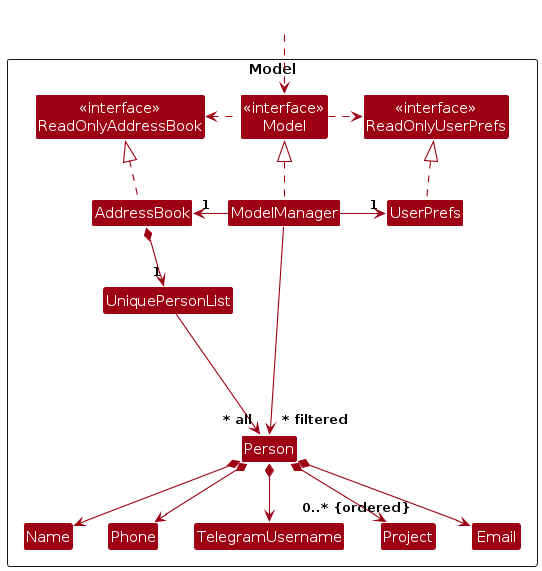
This is diagrams/ModelClassDiagram.png from AY2627S1-CS2103T-W14-2/tp, a PlantUML export, as it was before one commit. Its source is kept beside it as diagrams/ModelClassDiagram.puml.
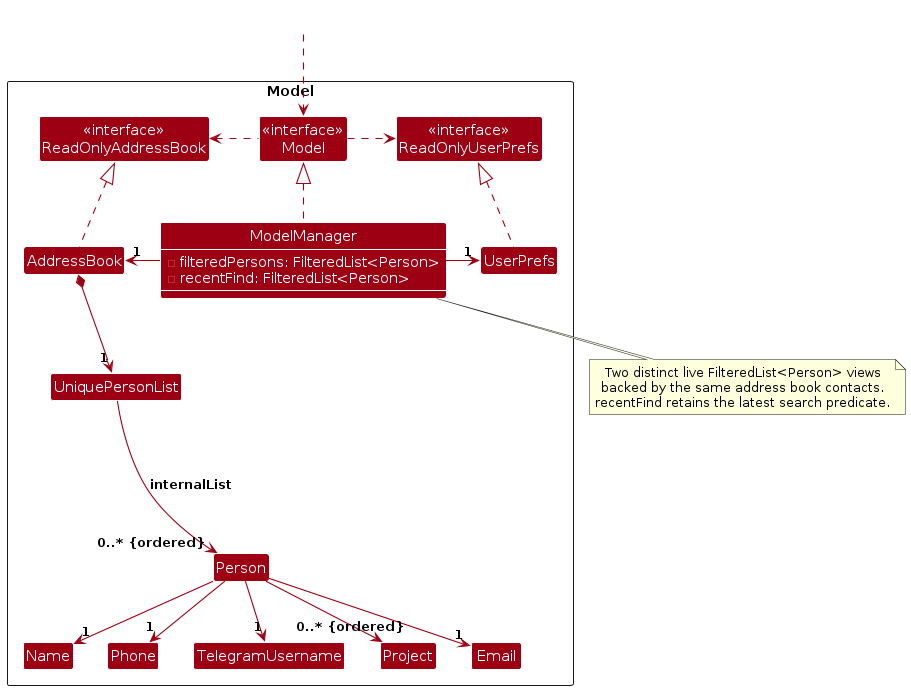
The same diagram one commit later.

Diff of the diagram source:
```diff
@@ -3,13 +3,17 @@
 skinparam arrowThickness 1.1
 skinparam arrowColor MODEL_COLOR
 skinparam classBackgroundColor MODEL_COLOR
+skinparam classAttributeFontColor #FFFFFF
 
 Package Model as ModelPackage <<Rectangle>>{
 Class "<<interface>>\nReadOnlyAddressBook" as ReadOnlyAddressBook
 Class "<<interface>>\nReadOnlyUserPrefs" as ReadOnlyUserPrefs
 Class "<<interface>>\nModel" as Model
 Class AddressBook
-Class ModelManager
+Class ModelManager {
+    -filteredPersons: FilteredList<Person>
+    -recentFind: FilteredList<Person>
+}
 Class UserPrefs
 
 Class UniquePersonList
@@ -36,12 +40,12 @@
 UserPrefs .up.|> ReadOnlyUserPrefs
 
 AddressBook *--> "1" UniquePersonList
-UniquePersonList --> "~* all" Person
-Person *--> Name
-Person *--> Phone
-Person *--> Email
-Person *--> TelegramUsername
-Person *--> "0..* {ordered}" Project
+UniquePersonList --> "0..* {ordered}" Person : internalList
+Person --> "1" Name
+Person --> "1" Phone
+Person --> "1" Email
+Person --> "1" TelegramUsername
+Person --> "0..* {ordered}" Project
 
 Person -[hidden]up--> I
 UniquePersonList -[hidden]right-> I
@@ -51,5 +55,10 @@
 TelegramUsername -[hidden]right-> Project
 Project -[hidden]right-> Email
 
-ModelManager --> "~* filtered" Person
+show ModelManager members
+note bottom of ModelManager
+    Two distinct live FilteredList<Person> views
+    backed by the same address book contacts.
+    recentFind retains the latest search predicate.
+end note
 @enduml
```
